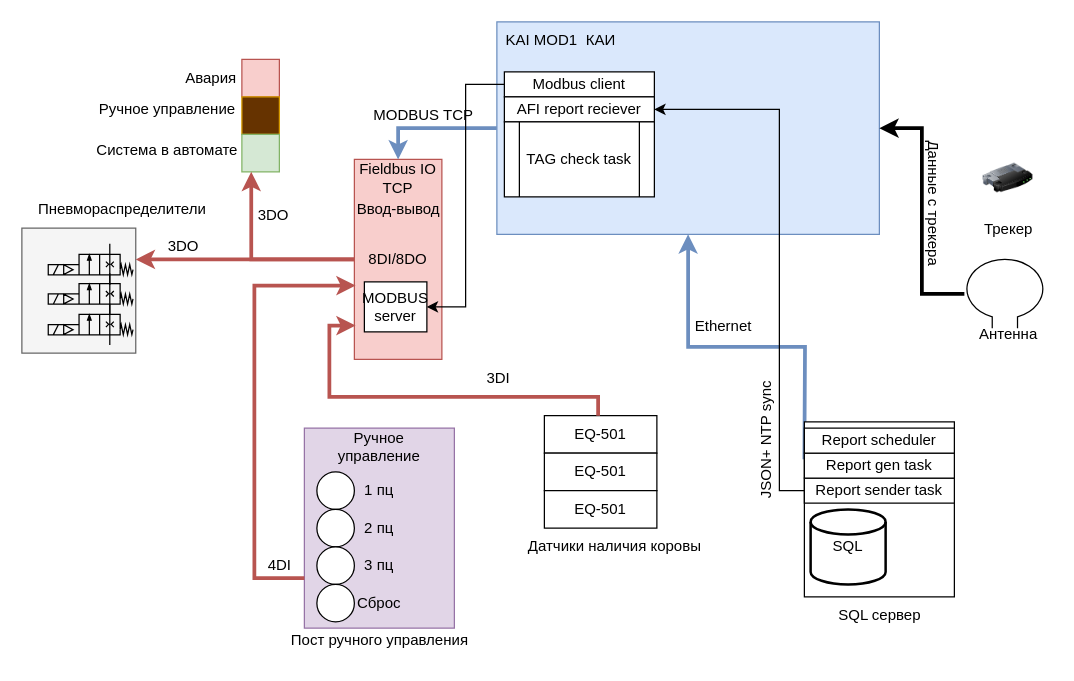
Earlier version of the draw.io diagram page "Общая схема" (1 of 3) of KAI.drawio (megavad/Diagrams). Source tidied: cells renumbered, new cells numbered last; positions are measured from the earlier drawing's top-left corner, leaving out a move shared by most shapes. Both pictures are drawn from the tidied source at 125%, with x=0, y=0 at pixel (21, 21).
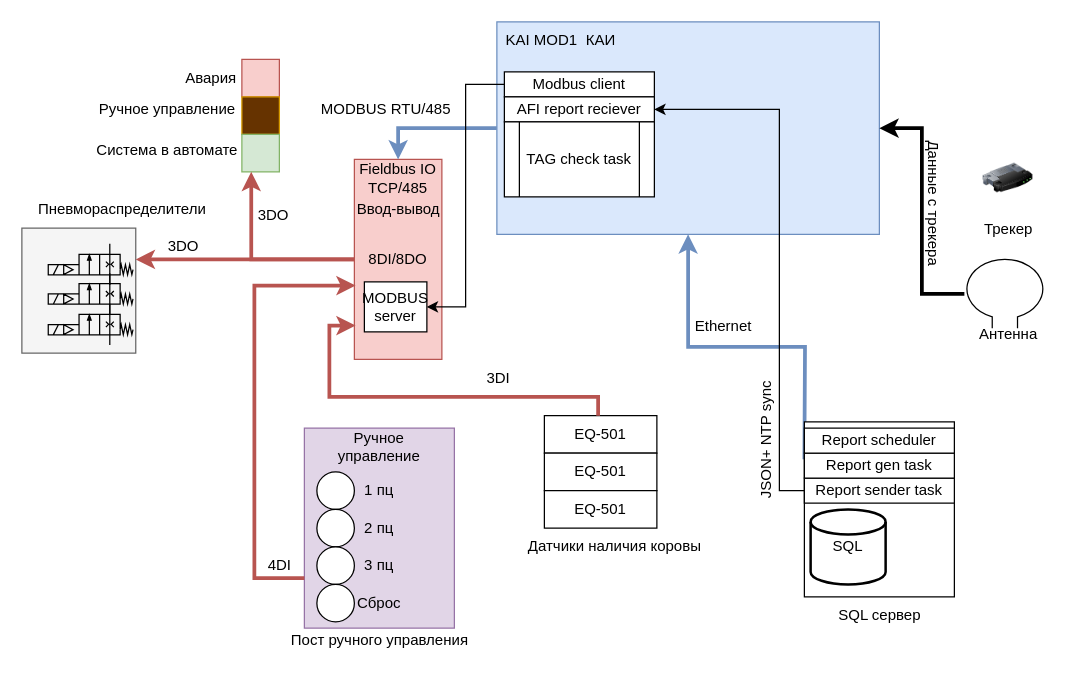
The same page after the edit.

What changed in the source:
```diff
@@
-    <mxCell id="20" value="Fieldbus IO&lt;div&gt;TCP&lt;/div&gt;" style="text;html=1;align=center;verticalAlign=middle;whiteSpace=wrap;rounded=0;" parent="1" vertex="1">
+    <mxCell id="20" value="Fieldbus IO&lt;div&gt;TCP/485&lt;/div&gt;" style="text;html=1;align=center;verticalAlign=middle;whiteSpace=wrap;rounded=0;" parent="1" vertex="1">
       <mxGeometry x="241" y="110" width="120" height="30" as="geometry" />
     </mxCell>
@@
-    <mxCell id="61" value="MODBUS TCP" style="text;html=1;align=center;verticalAlign=middle;strokeColor=none;fillColor=none;" parent="1" vertex="1">
-      <mxGeometry x="271" y="60" width="100" height="30" as="geometry" />
+    <mxCell id="61" value="MODBUS RTU/485" style="text;html=1;align=center;verticalAlign=middle;strokeColor=none;fillColor=none;" parent="1" vertex="1">
+      <mxGeometry x="226" y="54.9" width="130" height="30" as="geometry" />
     </mxCell>
```
